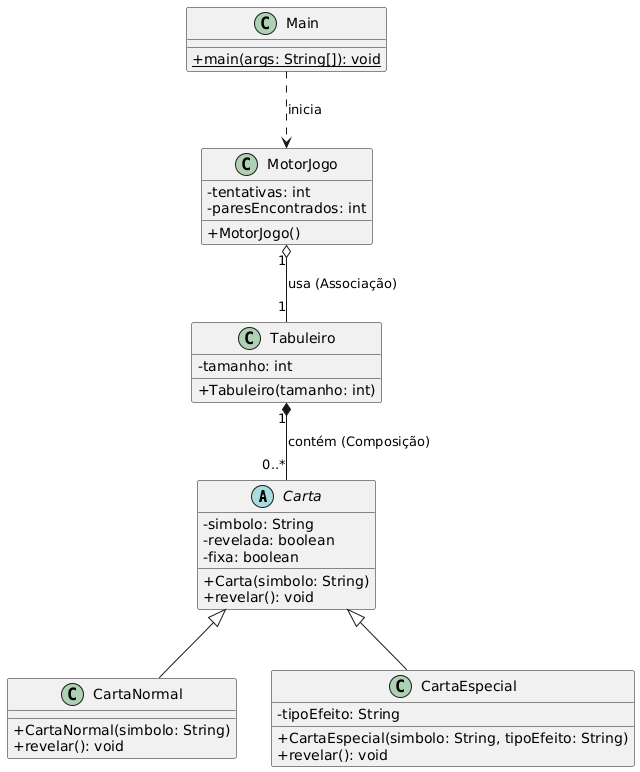
This is uml_parcial.png from rafaeljunqueira2024151531/123, a PlantUML export, as it was before one commit.
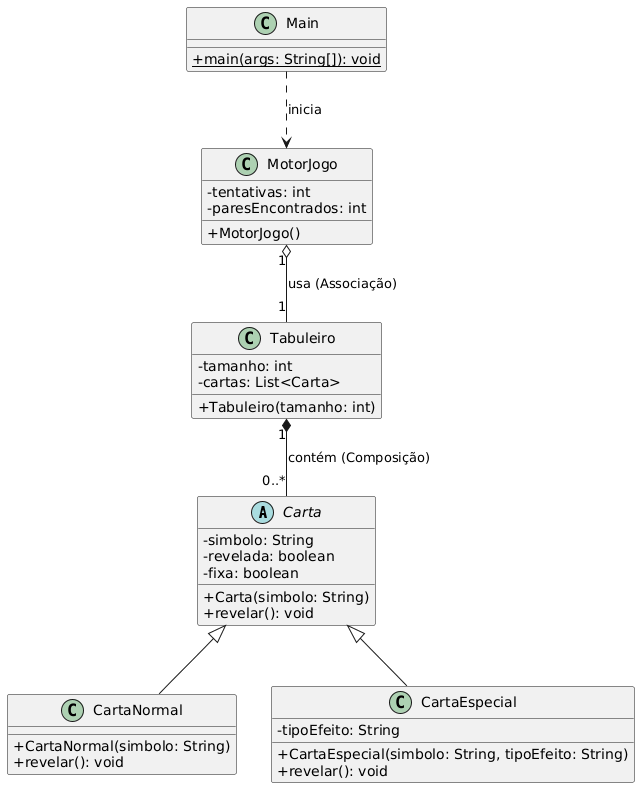
The same file after the commit.

Change to the diagram source:
```diff
@@ -23,6 +23,7 @@
 
 class Tabuleiro {
     - tamanho: int
+    -cartas: List<Carta>
     + Tabuleiro(tamanho: int)
 }
 
```
